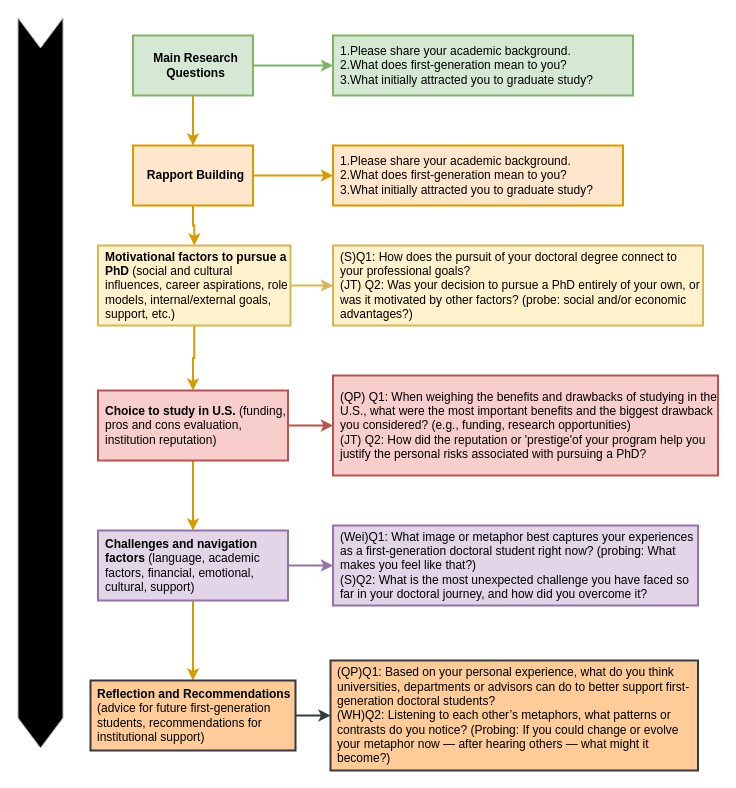
qipengchen/draw_io keeps this draw.io diagram as page "Page-2" (2 of 2) of qual_assignment.drawio. Above is the earlier version. Source tidied: cells renumbered, new cells numbered last; positions are measured from the earlier drawing's top-left corner, leaving out a move shared by most shapes. Both pictures are drawn from the tidied source at 100%, with x=0, y=0 at pixel (-325, 35).
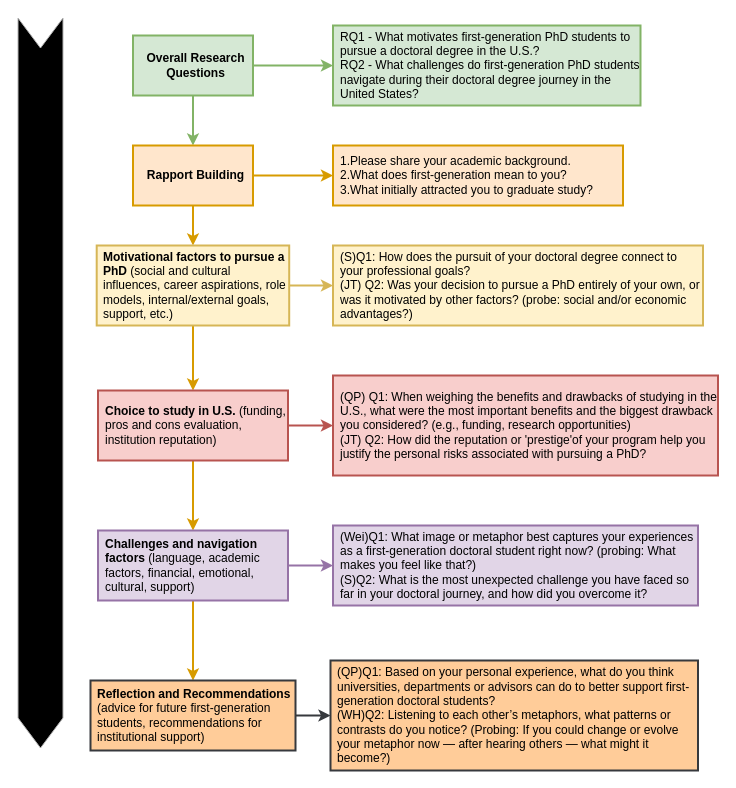
The same diagram, later.

The change refers to these unchanged cells:
```xml
<mxCell id="7" value="&lt;span lang=&quot;en-us&quot;&gt;&lt;b&gt;Rapport Building&lt;/b&gt;&lt;/span&gt;" style="whiteSpace=wrap;html=1;rounded=0;spacingLeft=5;fillColor=#ffe6cc;strokeColor=#d79b00;strokeWidth=2;" parent="1" vertex="1">
  <mxGeometry x="457.5" y="110" width="120" height="60" as="geometry" />
</mxCell>
```

Change to the diagram source:
```diff
@@
+    <mxCell id="3" style="edgeStyle=orthogonalEdgeStyle;rounded=0;jettySize=auto;html=1;spacingLeft=5;fillColor=#d5e8d4;strokeColor=#82b366;strokeWidth=2;" parent="1" edge="1" source="4" target="8">
+      <mxGeometry relative="1" as="geometry" />
+    </mxCell>
-    <mxCell id="2" style="edgeStyle=orthogonalEdgeStyle;rounded=0;jettySize=auto;html=1;spacingLeft=5;fillColor=#ffe6cc;strokeColor=#d79b00;strokeWidth=2;" parent="1" edge="1" source="4" target="7">
+    <mxCell id="2" style="edgeStyle=orthogonalEdgeStyle;rounded=0;jettySize=auto;html=1;fillColor=#d5e8d4;strokeColor=#82b366;strokeWidth=2;" parent="1" edge="1" source="4" target="7">
       <mxGeometry relative="1" as="geometry" />
     </mxCell>
-    <mxCell id="3" style="edgeStyle=orthogonalEdgeStyle;rounded=0;jettySize=auto;html=1;spacingLeft=5;fillColor=#d5e8d4;strokeColor=#82b366;strokeWidth=2;" parent="1" edge="1" source="4" target="8">
-      <mxGeometry relative="1" as="geometry" />
-    </mxCell>
-    <mxCell id="4" value="&lt;b&gt;&lt;span lang=&quot;en-us&quot;&gt;Main Research Question&lt;/span&gt;&lt;span lang=&quot;en-us&quot;&gt;s&lt;/span&gt;&lt;/b&gt;" style="rounded=0;whiteSpace=wrap;html=1;spacingLeft=5;fillColor=#d5e8d4;strokeColor=#82b366;strokeWidth=2;" parent="1" vertex="1">
+    <mxCell id="4" value="&lt;b&gt;&lt;span lang=&quot;en-us&quot;&gt;Overall Research Question&lt;/span&gt;&lt;span lang=&quot;en-us&quot;&gt;s&lt;/span&gt;&lt;/b&gt;" style="rounded=0;whiteSpace=wrap;html=1;spacingLeft=5;fillColor=#d5e8d4;strokeColor=#82b366;strokeWidth=2;" parent="1" vertex="1">
       <mxGeometry x="457.5" width="120" height="60" as="geometry" />
     </mxCell>
@@
-    <mxCell id="8" value="&lt;div class=&quot;scriptor-paragraph&quot;&gt;&lt;span lang=&quot;en-us&quot;&gt;1.Please share your academic background.&lt;/span&gt;&lt;/div&gt;&lt;div class=&quot;scriptor-paragraph&quot;&gt;&lt;span lang=&quot;en-us&quot;&gt;2.What does first-generation mean to you?&lt;/span&gt;&lt;/div&gt;&lt;div class=&quot;scriptor-paragraph&quot;&gt;&lt;span lang=&quot;en-us&quot;&gt;3.What initially attracted you to graduate study?&lt;/span&gt;&lt;/div&gt;" style="rounded=0;whiteSpace=wrap;html=1;align=left;spacingLeft=5;fillColor=#d5e8d4;strokeColor=#82b366;strokeWidth=2;" parent="1" vertex="1">
-      <mxGeometry x="657.5" width="300" height="60" as="geometry" />
+    <mxCell id="8" value="&lt;div class=&quot;scriptor-paragraph&quot;&gt;&lt;div class=&quot;scriptor-paragraph&quot;&gt;&lt;span&gt;RQ1 - &lt;/span&gt;&lt;span&gt;What motivates &lt;/span&gt;&lt;span&gt;first-generation&lt;/span&gt;&lt;span&gt; PhD students to pursue a doctoral degree in the U.S.?&lt;/span&gt;&lt;/div&gt;&lt;div class=&quot;scriptor-paragraph&quot;&gt;&lt;span&gt;RQ2 - What challenges do first-generation PhD students navigate during their doctoral degree journey in the United States?&lt;/span&gt;&lt;/div&gt;&lt;/div&gt;" style="rounded=0;whiteSpace=wrap;html=1;align=left;spacingLeft=5;fillColor=#d5e8d4;strokeColor=#82b366;strokeWidth=2;" parent="1" vertex="1">
+      <mxGeometry x="657.5" y="-10" width="307.5" height="80" as="geometry" />
     </mxCell>
@@
     <mxCell id="11" value="&lt;b&gt;&lt;span&gt;Motivational factors to pursue &lt;/span&gt;&lt;span&gt;a &lt;/span&gt;&lt;/b&gt;&lt;span&gt;&lt;b&gt;PhD &lt;/b&gt;(&lt;/span&gt;&lt;span&gt;social and cultural influences, &lt;/span&gt;&lt;span&gt;career aspirations, role models, internal/external goals&lt;/span&gt;&lt;span&gt;, support, etc.&lt;/span&gt;&lt;span&gt;)&lt;/span&gt;" style="whiteSpace=wrap;html=1;rounded=0;align=left;spacingLeft=5;fillColor=#fff2cc;strokeColor=#d6b656;strokeWidth=2;" parent="1" vertex="1">
-      <mxGeometry x="422.5" y="210" width="192.5" height="80" as="geometry" />
+      <mxGeometry x="421.2" y="210" width="192.5" height="80" as="geometry" />
     </mxCell>
```
